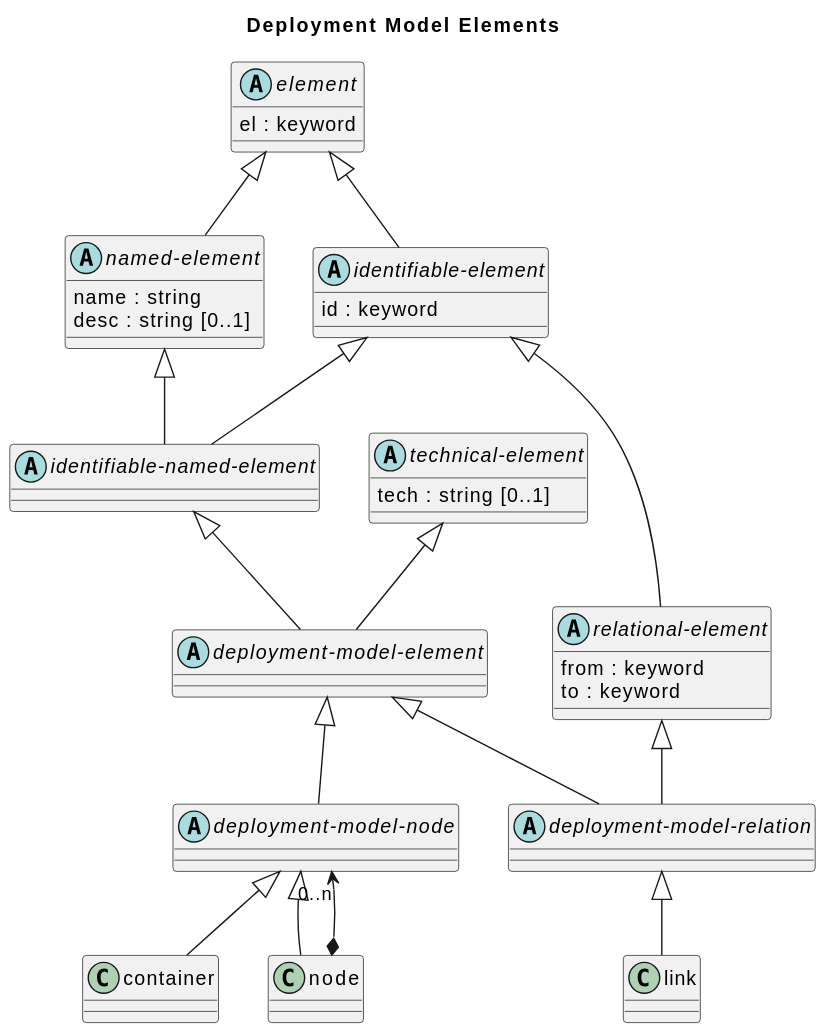
The PlantUML diagram doc/images/overarch/data-model/deployment-model-elements.svg in soulspace-org/overarch, before a commit.
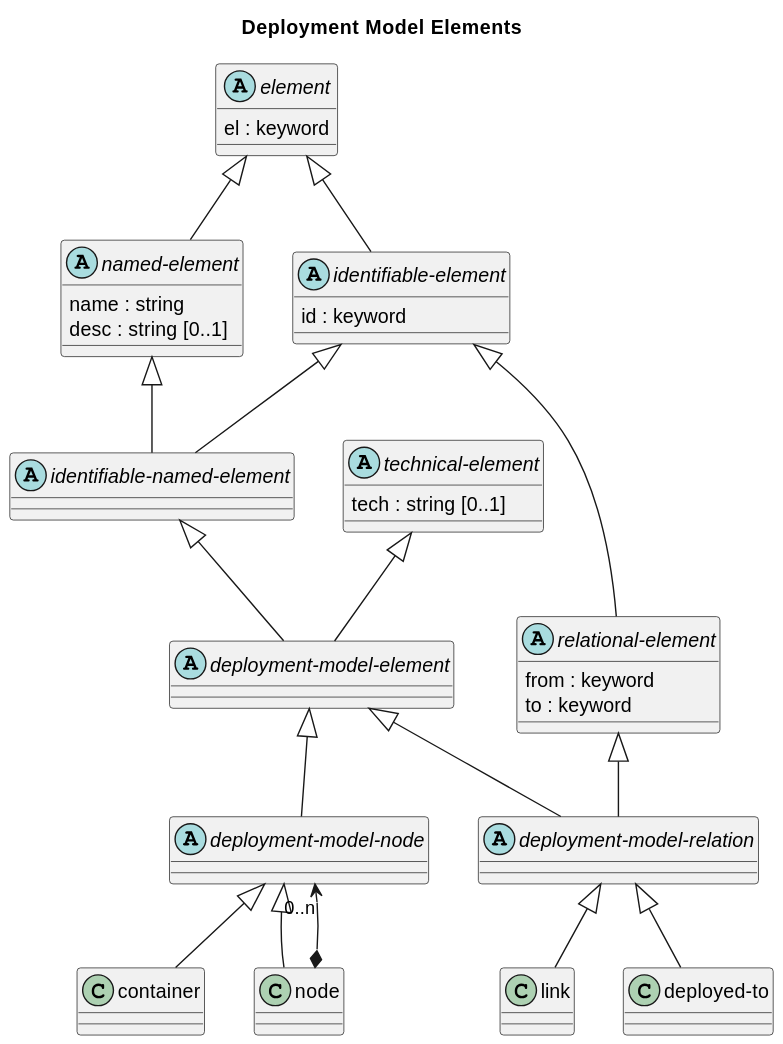
Later version of the same file.

Commit message:
added deployed-to relation to deployment model

The edit, as a diff of the source:
```diff
@@ -24,6 +24,7 @@
 class "container" as overarch_dataModel_container {}
 class "node" as overarch_dataModel_node {}
 class "link" as overarch_dataModel_link {}
+class "deployed-to" as overarch_dataModel_deployedTo {}
 overarch_dataModel_element <|-- overarch_dataModel_identifiableElement
 overarch_dataModel_element <|-- overarch_dataModel_namedElement
 overarch_dataModel_identifiableElement <|-- overarch_dataModel_identifiableNamedElement
@@ -38,4 +39,5 @@
 overarch_dataModel_node *-->  "0..n" overarch_dataModel_deploymentModelNode
 overarch_dataModel_deploymentModelNode <|-- overarch_dataModel_container
 overarch_dataModel_deploymentModelRelation <|-- overarch_dataModel_link
+overarch_dataModel_deploymentModelRelation <|-- overarch_dataModel_deployedTo
 @enduml
```
